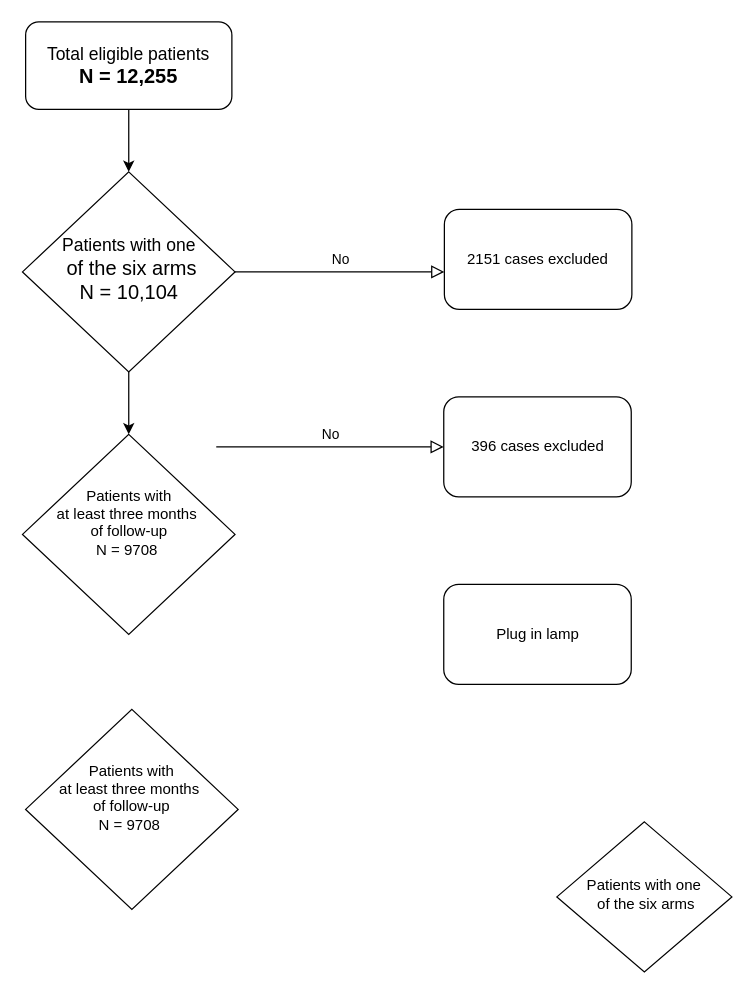
Earlier version of the draw.io diagram Self notes/Untitled Diagram.drawio (Ermi-25/Causal-Inference-and-Discovery-in-Python). Source tidied: cells renumbered, new cells numbered last; positions are measured from the earlier drawing's top-left corner, leaving out a move shared by most shapes. Both pictures are drawn from the tidied source at 125%, with x=0, y=0 at pixel (21, 21).
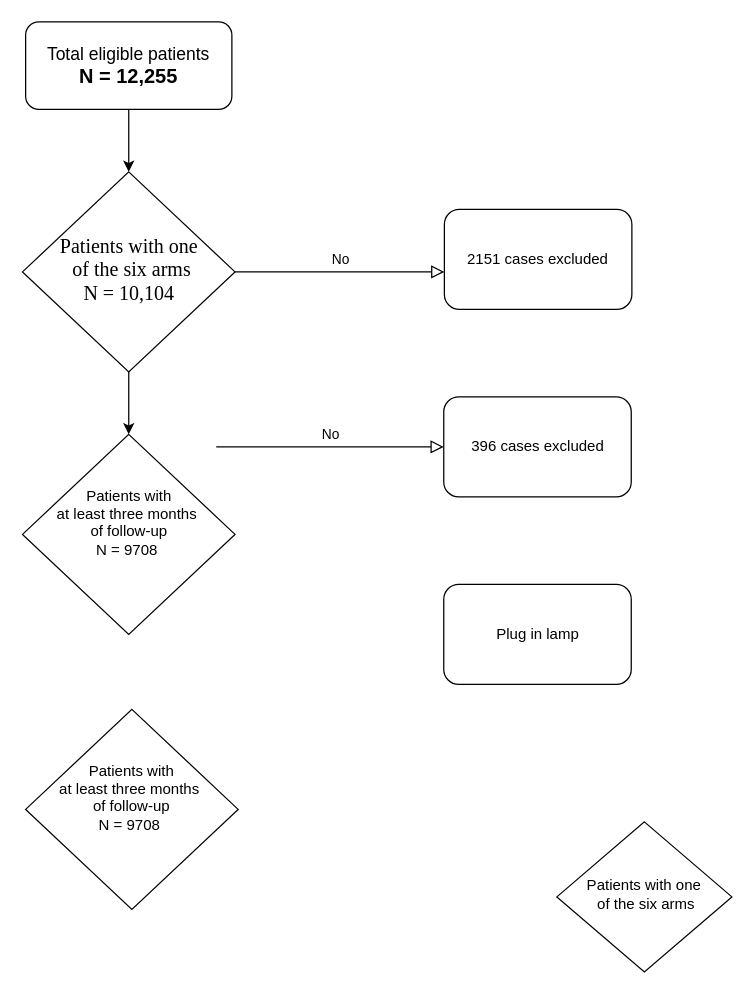
The same diagram, later.

The edit, as a diff of the source:
```diff
@@
 <mxGraphModel>
   <root>
     <mxCell id="0" />
     <mxCell id="1" parent="0" />
     <mxCell id="2" style="edgeStyle=orthogonalEdgeStyle;rounded=0;jettySize=auto;html=1;exitX=0.5;exitY=1;exitDx=0;exitDy=0;entryX=0.5;entryY=0;entryDx=0;entryDy=0;" parent="1" edge="1" source="3" target="6">
       <mxGeometry relative="1" as="geometry" />
     </mxCell>
     <mxCell id="3" value="&lt;font style=&quot;font-size: 14px;&quot;&gt;Total eligible patients&lt;/font&gt;&lt;div&gt;&lt;b&gt;&lt;font size=&quot;3&quot;&gt;N = 12,255&lt;/font&gt;&lt;/b&gt;&lt;/div&gt;" style="rounded=1;whiteSpace=wrap;html=1;fontSize=12;glass=0;strokeWidth=1;shadow=0;" parent="1" vertex="1">
       <mxGeometry x="3" width="165" height="70" as="geometry" />
     </mxCell>
     <mxCell id="4" value="No" style="edgeStyle=orthogonalEdgeStyle;rounded=0;html=1;jettySize=auto;fontSize=11;endArrow=block;endFill=0;endSize=8;strokeWidth=1;shadow=0;labelBackgroundColor=none;" parent="1" edge="1" source="6" target="7">
       <mxGeometry y="10" relative="1" as="geometry">
         <Array as="points">
           <mxPoint x="358" y="190" />
           <mxPoint x="358" y="190" />
         </Array>
       </mxGeometry>
     </mxCell>
     <mxCell id="5" style="edgeStyle=orthogonalEdgeStyle;rounded=0;jettySize=auto;html=1;exitX=0.5;exitY=1;exitDx=0;exitDy=0;" parent="1" edge="1" source="6" target="12">
       <mxGeometry relative="1" as="geometry" />
     </mxCell>
-    <mxCell id="6" value="&lt;font style=&quot;font-size: 14px;&quot;&gt;Patients with one&lt;/font&gt;&lt;div&gt;&lt;font size=&quot;3&quot;&gt;&amp;nbsp;of the six arms&lt;/font&gt;&lt;/div&gt;&lt;div&gt;&lt;font size=&quot;3&quot;&gt;N = 10,104&lt;/font&gt;&lt;/div&gt;" style="rhombus;whiteSpace=wrap;html=1;shadow=0;fontFamily=Helvetica;fontSize=12;align=center;strokeWidth=1;spacing=6;spacingTop=-4;" parent="1" vertex="1">
+    <mxCell id="6" value="&lt;font face=&quot;Times New Roman&quot; style=&quot;font-size: 16px;&quot;&gt;Patients with one&lt;/font&gt;&lt;div&gt;&lt;font style=&quot;font-size: 16px;&quot;&gt;&amp;nbsp;&lt;font face=&quot;Times New Roman&quot;&gt;of the six arms&lt;/font&gt;&lt;/font&gt;&lt;/div&gt;&lt;div&gt;&lt;font face=&quot;Times New Roman&quot; size=&quot;3&quot;&gt;N = 10,104&lt;/font&gt;&lt;/div&gt;" style="rhombus;whiteSpace=wrap;html=1;shadow=0;fontFamily=Helvetica;fontSize=12;align=center;strokeWidth=1;spacing=6;spacingTop=-4;" parent="1" vertex="1">
       <mxGeometry x="0.5" y="120" width="170" height="160" as="geometry" />
     </mxCell>
     <mxCell id="7" value="2151 cases excluded" style="rounded=1;whiteSpace=wrap;html=1;fontSize=12;glass=0;strokeWidth=1;shadow=0;" parent="1" vertex="1">
       <mxGeometry x="338" y="150" width="150" height="80" as="geometry" />
     </mxCell>
     <mxCell id="8" value="Patients with one&lt;div&gt;&amp;nbsp;of the six arms&lt;/div&gt;" style="rhombus;whiteSpace=wrap;html=1;shadow=0;fontFamily=Helvetica;fontSize=12;align=center;strokeWidth=1;spacing=6;spacingTop=-4;" parent="1" vertex="1">
       <mxGeometry x="428" y="640" width="140" height="120" as="geometry" />
     </mxCell>
     <mxCell id="9" value="396 cases excluded" style="rounded=1;whiteSpace=wrap;html=1;fontSize=12;glass=0;strokeWidth=1;shadow=0;" parent="1" vertex="1">
       <mxGeometry x="337.5" y="300" width="150" height="80" as="geometry" />
     </mxCell>
     <mxCell id="10" value="No" style="edgeStyle=orthogonalEdgeStyle;rounded=0;html=1;jettySize=auto;fontSize=11;endArrow=block;endFill=0;endSize=8;strokeWidth=1;shadow=0;labelBackgroundColor=none;" parent="1" edge="1" target="9">
       <mxGeometry y="10" relative="1" as="geometry">
         <mxPoint x="155.5" y="340" as="sourcePoint" />
         <Array as="points">
           <mxPoint x="357.5" y="340" />
           <mxPoint x="357.5" y="340" />
         </Array>
       </mxGeometry>
     </mxCell>
     <mxCell id="11" value="Plug in lamp" style="rounded=1;whiteSpace=wrap;html=1;fontSize=12;glass=0;strokeWidth=1;shadow=0;" parent="1" vertex="1">
       <mxGeometry x="337.5" y="450" width="150" height="80" as="geometry" />
     </mxCell>
     <mxCell id="12" value="Patients with&lt;div&gt;at&amp;nbsp;&lt;span style=&quot;background-color: transparent; color: light-dark(rgb(0, 0, 0), rgb(255, 255, 255));&quot;&gt;least three months&amp;nbsp;&lt;/span&gt;&lt;/div&gt;&lt;div&gt;&lt;span style=&quot;background-color: transparent; color: light-dark(rgb(0, 0, 0), rgb(255, 255, 255));&quot;&gt;of follow-up&lt;/span&gt;&lt;/div&gt;&lt;div&gt;N = 9708&amp;nbsp;&lt;br&gt;&lt;div&gt;&lt;br&gt;&lt;/div&gt;&lt;/div&gt;" style="rhombus;whiteSpace=wrap;html=1;shadow=0;fontFamily=Helvetica;fontSize=12;align=center;strokeWidth=1;spacing=6;spacingTop=-4;" parent="1" vertex="1">
       <mxGeometry x="0.5" y="330" width="170" height="160" as="geometry" />
     </mxCell>
     <mxCell id="13" value="Patients with&lt;div&gt;at&amp;nbsp;&lt;span style=&quot;background-color: transparent; color: light-dark(rgb(0, 0, 0), rgb(255, 255, 255));&quot;&gt;least three months&amp;nbsp;&lt;/span&gt;&lt;/div&gt;&lt;div&gt;&lt;span style=&quot;background-color: transparent; color: light-dark(rgb(0, 0, 0), rgb(255, 255, 255));&quot;&gt;of follow-up&lt;/span&gt;&lt;/div&gt;&lt;div&gt;N = 9708&amp;nbsp;&lt;br&gt;&lt;div&gt;&lt;br&gt;&lt;/div&gt;&lt;/div&gt;" style="rhombus;whiteSpace=wrap;html=1;shadow=0;fontFamily=Helvetica;fontSize=12;align=center;strokeWidth=1;spacing=6;spacingTop=-4;" parent="1" vertex="1">
       <mxGeometry x="3" y="550" width="170" height="160" as="geometry" />
     </mxCell>
   </root>
 </mxGraphModel>
```
